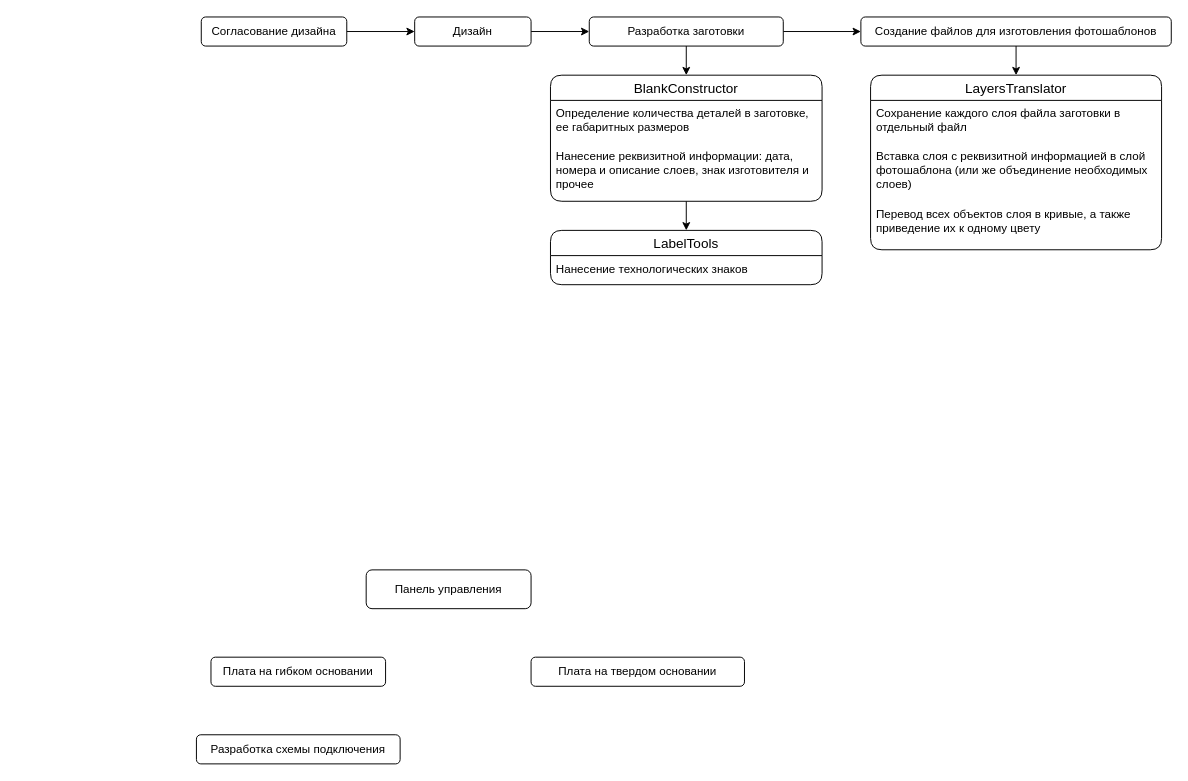
Above: CorelDraw/Диаграмма без названия.drawio in hsdgxoafadsvc/vbaMacros (draw.io), before the change. Source tidied: cells renumbered, new cells numbered last; positions are measured from the earlier drawing's top-left corner, leaving out a move shared by most shapes. Both pictures are drawn from the tidied source at 97%, with x=0, y=0 at pixel (196, 16).
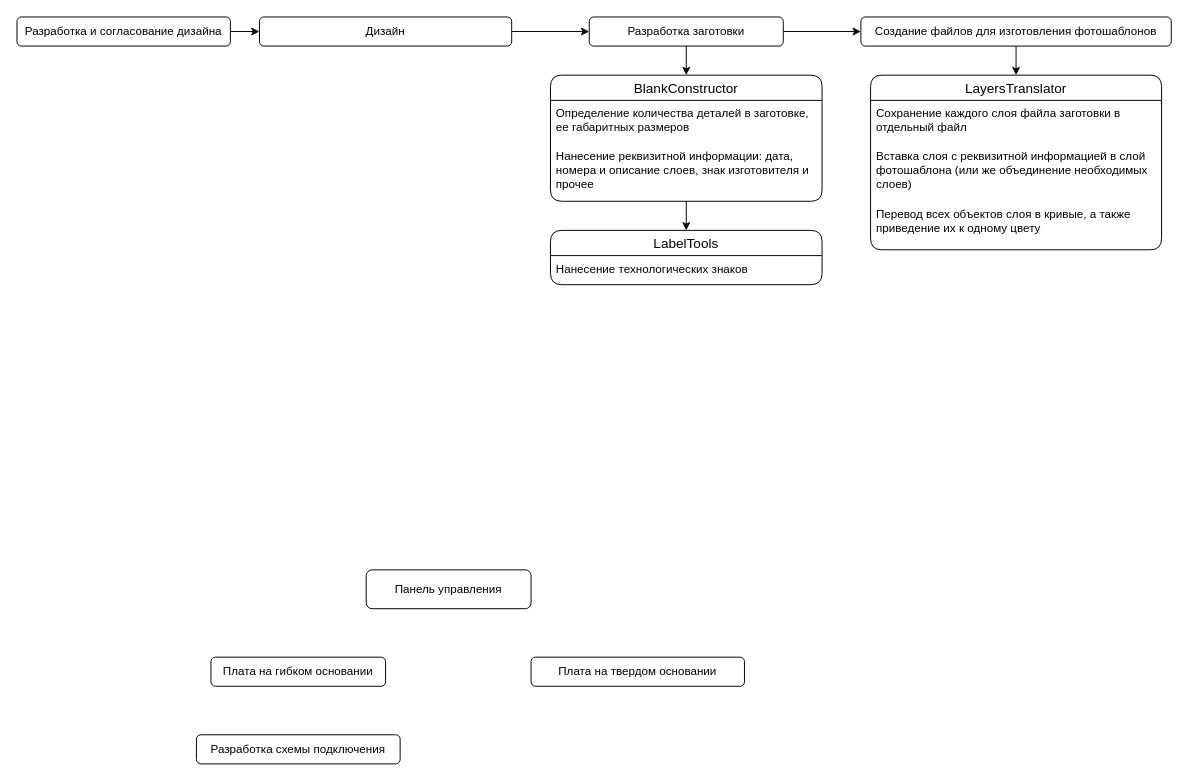
Above is the later version.

The edit, as a diff of the source:
```diff
@@
-    <mxCell id="3" value="Согласование дизайна" style="rounded=1;whiteSpace=wrap;html=1;" parent="1" vertex="1">
-      <mxGeometry x="5" width="150" height="30" as="geometry" />
+    <mxCell id="3" value="Разработка и согласование дизайна" style="rounded=1;whiteSpace=wrap;html=1;" parent="1" vertex="1">
+      <mxGeometry x="-185" width="220" height="30" as="geometry" />
     </mxCell>
@@
     <mxCell id="5" value="Дизайн" style="rounded=1;whiteSpace=wrap;html=1;" parent="1" vertex="1">
-      <mxGeometry x="225" width="120" height="30" as="geometry" />
+      <mxGeometry x="65" width="260" height="30" as="geometry" />
     </mxCell>
```
